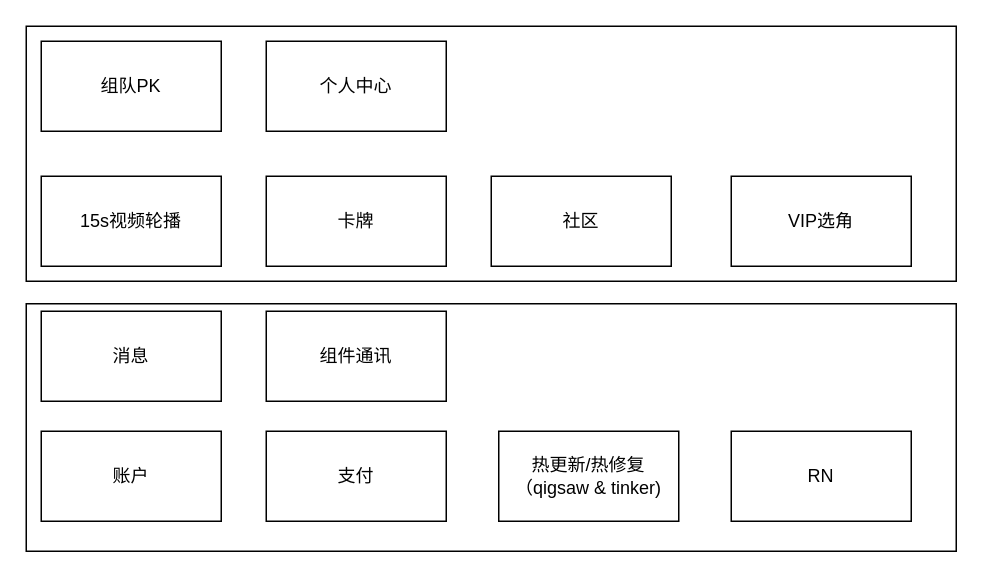
Before: 青春有你.drawio in loc1129/uml, a draw.io diagram. Source tidied: cells renumbered, new cells numbered last; positions are measured from the earlier drawing's top-left corner, leaving out a move shared by most shapes. Both pictures are drawn from the tidied source at 150%, with x=0, y=0 at pixel (26, 26).
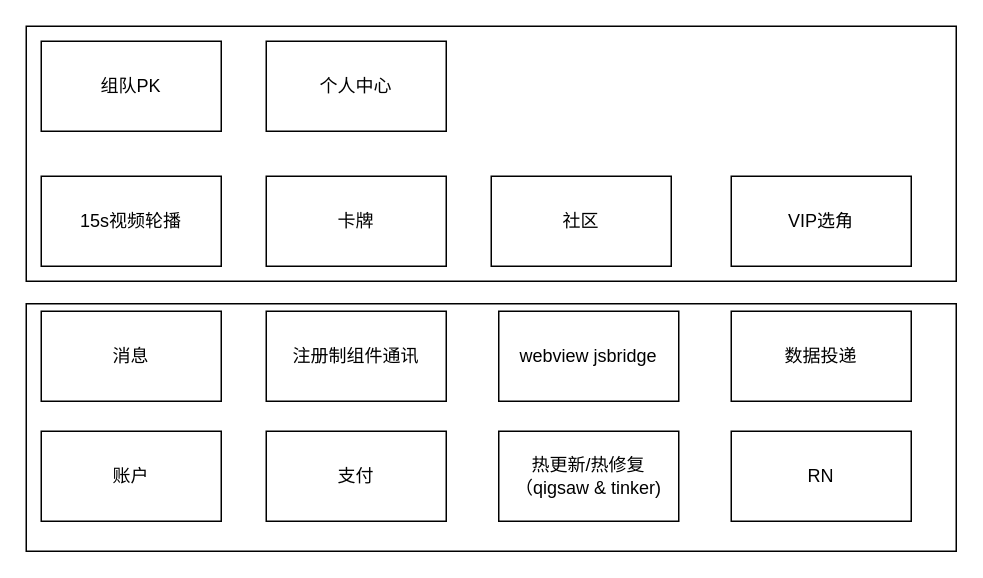
The same diagram, later.

Commit message (it also covers changes not shown here):
更新青春有你.drawio

Change to the diagram source:
```diff
@@
 <mxGraphModel>
   <root>
     <mxCell id="0" />
     <mxCell id="1" parent="0" />
     <mxCell id="2" style="rounded=0;whiteSpace=wrap;html=1;" parent="1" vertex="1">
       <mxGeometry width="620" height="170" as="geometry" />
     </mxCell>
     <mxCell id="3" style="rounded=0;whiteSpace=wrap;html=1;" parent="1" vertex="1">
       <mxGeometry y="185" width="620" height="165" as="geometry" />
     </mxCell>
     <mxCell id="4" value="账户" style="rounded=0;whiteSpace=wrap;html=1;" parent="1" vertex="1">
       <mxGeometry x="10" y="270" width="120" height="60" as="geometry" />
     </mxCell>
     <mxCell id="5" value="支付" style="rounded=0;whiteSpace=wrap;html=1;" parent="1" vertex="1">
       <mxGeometry x="160" y="270" width="120" height="60" as="geometry" />
     </mxCell>
     <mxCell id="6" value="热更新/热修复 （qigsaw &amp;amp; tinker)" style="rounded=0;whiteSpace=wrap;html=1;" parent="1" vertex="1">
       <mxGeometry x="315" y="270" width="120" height="60" as="geometry" />
     </mxCell>
     <mxCell id="7" value="RN" style="rounded=0;whiteSpace=wrap;html=1;" parent="1" vertex="1">
       <mxGeometry x="470" y="270" width="120" height="60" as="geometry" />
     </mxCell>
     <mxCell id="8" value="消息" style="rounded=0;whiteSpace=wrap;html=1;" parent="1" vertex="1">
       <mxGeometry x="10" y="190" width="120" height="60" as="geometry" />
     </mxCell>
     <mxCell id="9" value="15s视频轮播" style="rounded=0;whiteSpace=wrap;html=1;" parent="1" vertex="1">
       <mxGeometry x="10" y="100" width="120" height="60" as="geometry" />
     </mxCell>
     <mxCell id="10" value="卡牌" style="rounded=0;whiteSpace=wrap;html=1;" parent="1" vertex="1">
       <mxGeometry x="160" y="100" width="120" height="60" as="geometry" />
     </mxCell>
     <mxCell id="11" value="社区" style="rounded=0;whiteSpace=wrap;html=1;" parent="1" vertex="1">
       <mxGeometry x="310" y="100" width="120" height="60" as="geometry" />
     </mxCell>
-    <mxCell id="12" value="组件通讯" style="rounded=0;whiteSpace=wrap;html=1;" parent="1" vertex="1">
+    <mxCell id="12" value="注册制组件通讯" style="rounded=0;whiteSpace=wrap;html=1;" parent="1" vertex="1">
       <mxGeometry x="160" y="190" width="120" height="60" as="geometry" />
     </mxCell>
     <mxCell id="13" value="VIP选角" style="rounded=0;whiteSpace=wrap;html=1;" parent="1" vertex="1">
       <mxGeometry x="470" y="100" width="120" height="60" as="geometry" />
     </mxCell>
     <mxCell id="14" value="组队PK" style="rounded=0;whiteSpace=wrap;html=1;" parent="1" vertex="1">
       <mxGeometry x="10" y="10" width="120" height="60" as="geometry" />
     </mxCell>
     <mxCell id="15" value="个人中心" style="rounded=0;whiteSpace=wrap;html=1;" parent="1" vertex="1">
       <mxGeometry x="160" y="10" width="120" height="60" as="geometry" />
     </mxCell>
+    <mxCell id="16" value="webview jsbridge" style="rounded=0;whiteSpace=wrap;html=1;" parent="1" vertex="1">
+      <mxGeometry x="315" y="190" width="120" height="60" as="geometry" />
+    </mxCell>
+    <mxCell id="17" value="数据投递" style="rounded=0;whiteSpace=wrap;html=1;" parent="1" vertex="1">
+      <mxGeometry x="470" y="190" width="120" height="60" as="geometry" />
+    </mxCell>
   </root>
 </mxGraphModel>
```
